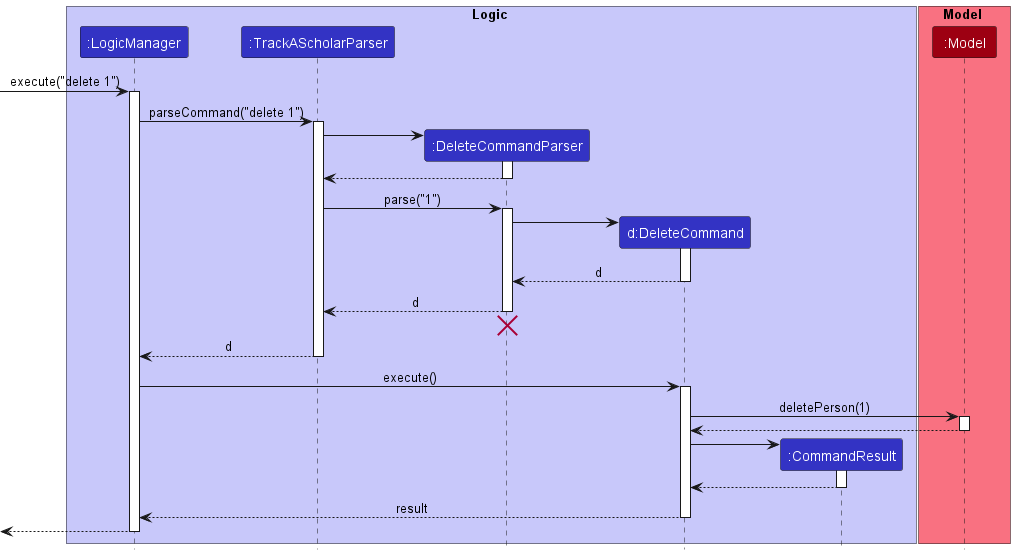
nus-cs2103-AY2223S1/tp keeps this PlantUML diagram as docs/images/DeleteSequenceDiagram.png. Above is the earlier version.
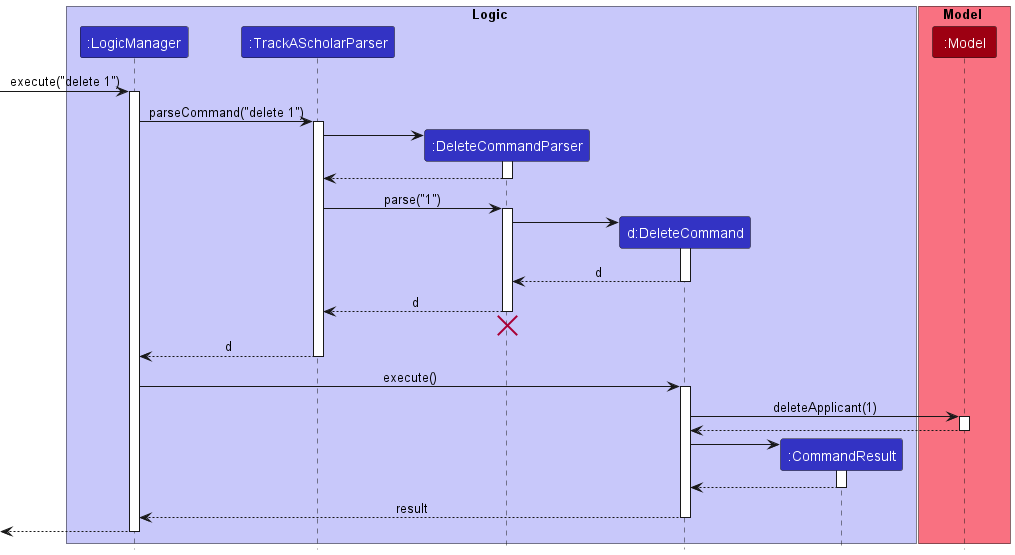
The same diagram one commit later.

What changed in the source:
```diff
@@ -47,7 +47,7 @@
 LogicManager -> DeleteCommand : execute()
 activate DeleteCommand
 
-DeleteCommand -> Model : deletePerson(1)
+DeleteCommand -> Model : deleteApplicant(1)
 activate Model
 
 Model --> DeleteCommand
```
